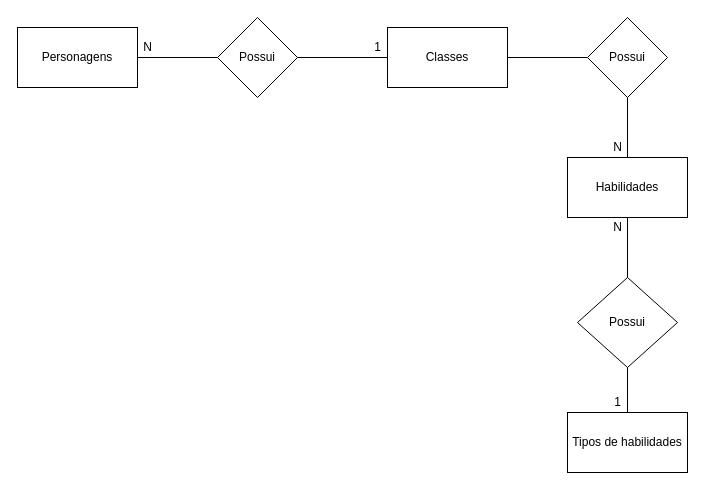
Above: page "conceitual" (1 of 2) of exercicios/1.3-exercicio-pclinics/senai_hroads_draw.io.drawio in bren-lari/senai_sprint_1bd (draw.io), before the change. Source tidied: cells renumbered, new cells numbered last; positions are measured from the earlier drawing's top-left corner, leaving out a move shared by most shapes. Both pictures are drawn from the tidied source at 100%, with x=0, y=0 at pixel (17, 17).
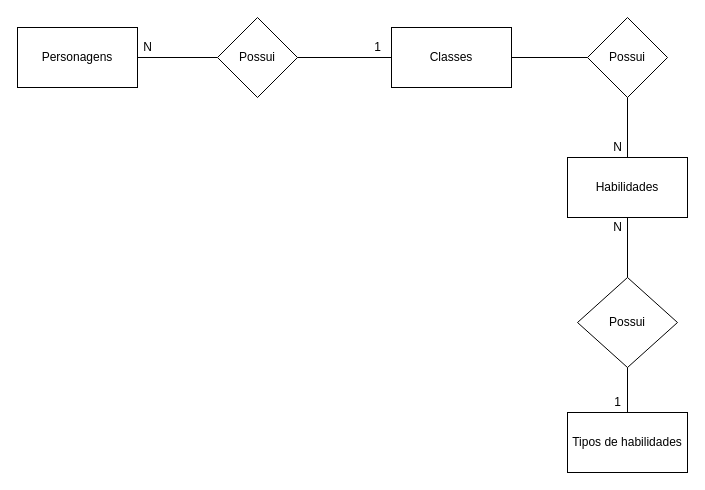
The same page after the edit.

The change refers to these unchanged cells:
```xml
<mxCell id="7" value="Possui" style="rhombus;whiteSpace=wrap;html=1;" parent="1" vertex="1">
  <mxGeometry x="570" width="80" height="80" as="geometry" />
</mxCell>
```

The edit, as a diff of the source:
```diff
@@
     <mxCell id="4" value="Classes" style="rounded=0;whiteSpace=wrap;html=1;" parent="1" vertex="1">
-      <mxGeometry x="370" y="10" width="120" height="60" as="geometry" />
+      <mxGeometry x="374" y="10" width="120" height="60" as="geometry" />
     </mxCell>
@@
-    <mxCell id="6" style="endArrow=none;html=1;" parent="1" edge="1">
+    <mxCell id="6" style="endArrow=none;html=1;entryX=0;entryY=0.5;entryDx=0;entryDy=0;" parent="1" edge="1" target="4">
       <mxGeometry relative="1" as="geometry">
         <mxPoint x="280" y="40" as="sourcePoint" />
-        <mxPoint x="370" y="40" as="targetPoint" />
       </mxGeometry>
     </mxCell>
@@
-    <mxCell id="8" style="endArrow=none;html=1;entryX=0;entryY=0.5;entryDx=0;entryDy=0;" parent="1" edge="1" target="7">
-      <mxGeometry relative="1" as="geometry">
-        <mxPoint x="490" y="40" as="sourcePoint" />
-      </mxGeometry>
-    </mxCell>
@@
+    <mxCell id="20" style="endArrow=none;html=1;entryX=0;entryY=0.5;entryDx=0;entryDy=0;" parent="1" edge="1" target="7">
+      <mxGeometry relative="1" as="geometry">
+        <mxPoint x="494" y="40" as="sourcePoint" />
+      </mxGeometry>
+    </mxCell>
```
